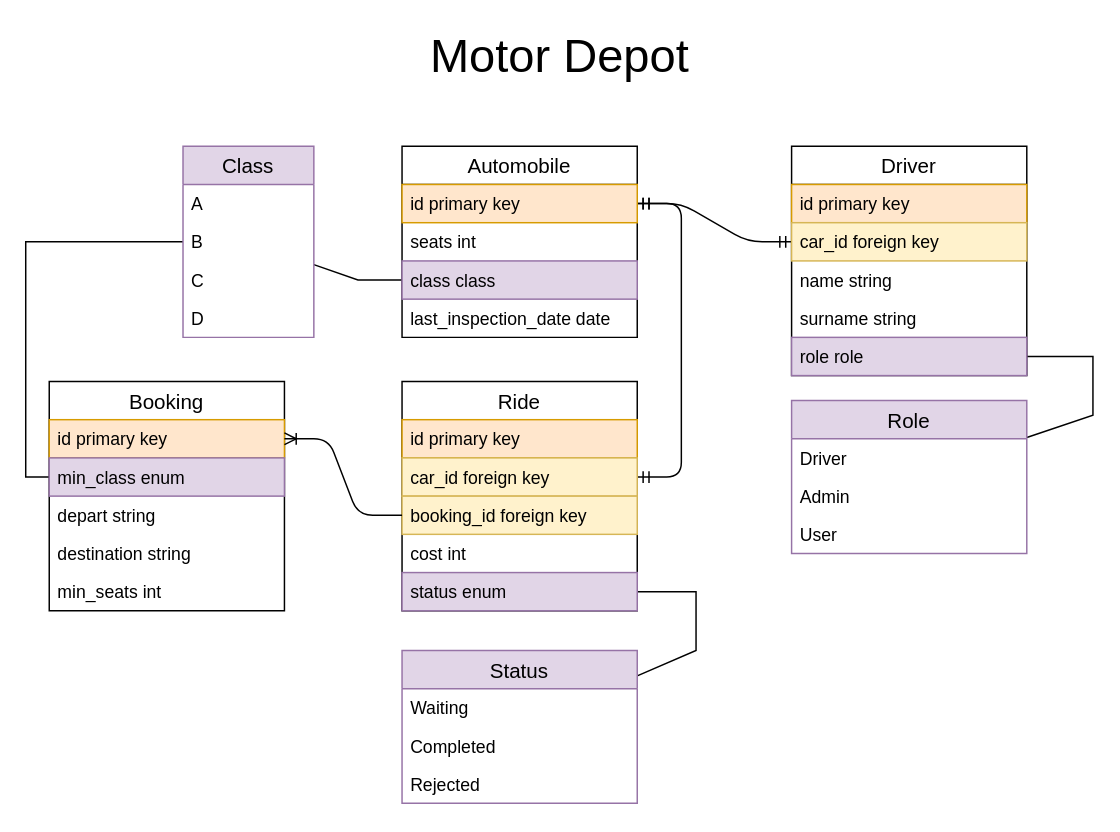
knu-3-tochanenko/OOP keeps this draw.io diagram as Sem 6/Lab 2/src/main/resources/database.drawio. Above is the earlier version. Source tidied: cells renumbered, new cells numbered last; positions are measured from the earlier drawing's top-left corner, leaving out a move shared by most shapes. Both pictures are drawn from the tidied source at 147%, with x=0, y=0 at pixel (25, 25).
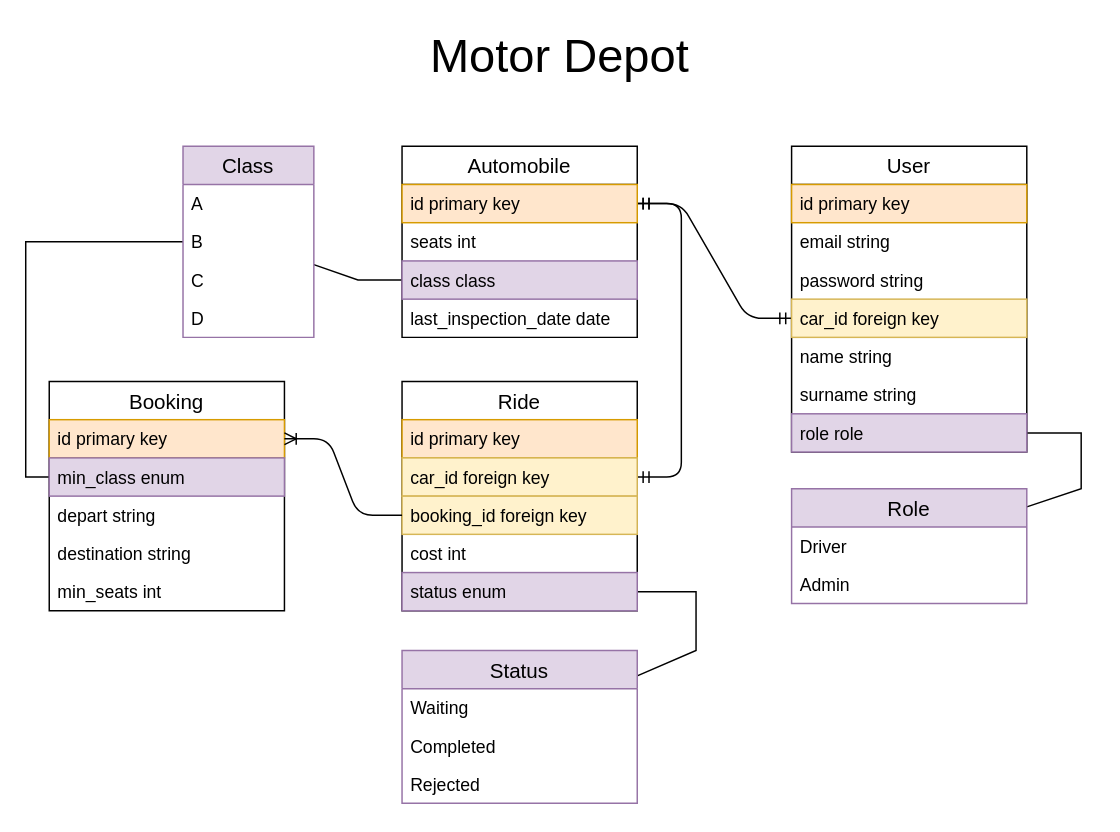
After the change.

What changed in the source:
```diff
@@
     <mxCell id="4" style="endArrow=none;html=1;rounded=0;" parent="1" edge="1" source="32" target="19">
       <mxGeometry relative="1" as="geometry">
         <Array as="points">
-          <mxPoint x="726" y="265" />
-          <mxPoint x="726" y="225" />
+          <mxPoint x="718" y="315" />
+          <mxPoint x="718" y="277" />
         </Array>
       </mxGeometry>
     </mxCell>
@@
-    <mxCell id="14" value="Driver" style="swimlane;fontStyle=0;horizontal=1;startSize=26;align=center;fontSize=14;" parent="1" vertex="1">
-      <mxGeometry x="521" y="82" width="160" height="156" as="geometry" />
+    <mxCell id="14" value="User" style="swimlane;fontStyle=0;horizontal=1;startSize=26;align=center;fontSize=14;" parent="1" vertex="1">
+      <mxGeometry x="521" y="82" width="160" height="208" as="geometry" />
     </mxCell>
@@
+    <mxCell id="46" value="email string" style="text;strokeColor=none;fillColor=none;spacingLeft=4;spacingRight=4;overflow=hidden;fontSize=12;" parent="14" vertex="1">
+      <mxGeometry y="52" width="160" height="26" as="geometry" />
+    </mxCell>
+    <mxCell id="47" value="password string&#10;" style="text;strokeColor=none;fillColor=none;spacingLeft=4;spacingRight=4;overflow=hidden;fontSize=12;" parent="14" vertex="1">
+      <mxGeometry y="78" width="160" height="26" as="geometry" />
+    </mxCell>
     <mxCell id="16" value="car_id foreign key" style="text;strokeColor=#d6b656;fillColor=#fff2cc;spacingLeft=4;spacingRight=4;overflow=hidden;points=[[0,0.5],[1,0.5]];portConstraint=eastwest;fontSize=12;" parent="14" vertex="1">
-      <mxGeometry y="52" width="160" height="26" as="geometry" />
+      <mxGeometry y="104" width="160" height="26" as="geometry" />
     </mxCell>
     <mxCell id="17" value="name string" style="text;strokeColor=none;fillColor=none;spacingLeft=4;spacingRight=4;overflow=hidden;fontSize=12;" parent="14" vertex="1">
-      <mxGeometry y="78" width="160" height="26" as="geometry" />
+      <mxGeometry y="130" width="160" height="26" as="geometry" />
     </mxCell>
     <mxCell id="18" value="surname string" style="text;strokeColor=none;fillColor=none;spacingLeft=4;spacingRight=4;overflow=hidden;fontSize=12;" parent="14" vertex="1">
-      <mxGeometry y="104" width="160" height="26" as="geometry" />
+      <mxGeometry y="156" width="160" height="26" as="geometry" />
     </mxCell>
     <mxCell id="19" value="role role" style="text;strokeColor=#9673a6;fillColor=#e1d5e7;spacingLeft=4;spacingRight=4;overflow=hidden;points=[[0,0.5],[1,0.5]];portConstraint=eastwest;fontSize=12;" parent="14" vertex="1">
-      <mxGeometry y="130" width="160" height="26" as="geometry" />
+      <mxGeometry y="182" width="160" height="26" as="geometry" />
     </mxCell>
@@
-    <mxCell id="32" value="Role" style="swimlane;fontStyle=0;horizontal=1;startSize=26;align=center;fontSize=14;fillColor=#e1d5e7;strokeColor=#9673a6;" parent="1" vertex="1">
-      <mxGeometry x="521" y="255" width="160" height="104" as="geometry" />
-    </mxCell>
-    <mxCell id="33" value="Driver" style="text;strokeColor=none;fillColor=none;spacingLeft=4;spacingRight=4;overflow=hidden;fontSize=12;" parent="32" vertex="1">
-      <mxGeometry y="26" width="160" height="26" as="geometry" />
-    </mxCell>
-    <mxCell id="34" value="Admin" style="text;strokeColor=none;fillColor=none;spacingLeft=4;spacingRight=4;overflow=hidden;fontSize=12;" parent="32" vertex="1">
-      <mxGeometry y="52" width="160" height="26" as="geometry" />
-    </mxCell>
-    <mxCell id="35" value="User&#10;" style="text;strokeColor=none;fillColor=none;spacingLeft=4;spacingRight=4;overflow=hidden;fontSize=12;" parent="32" vertex="1">
-      <mxGeometry y="78" width="160" height="26" as="geometry" />
-    </mxCell>
@@
+    <mxCell id="32" value="Role" style="swimlane;fontStyle=0;horizontal=1;startSize=26;align=center;fontSize=14;fillColor=#e1d5e7;strokeColor=#9673a6;" parent="1" vertex="1">
+      <mxGeometry x="521" y="315" width="160" height="78" as="geometry" />
+    </mxCell>
+    <mxCell id="33" value="Driver" style="text;strokeColor=none;fillColor=none;spacingLeft=4;spacingRight=4;overflow=hidden;fontSize=12;" parent="32" vertex="1">
+      <mxGeometry y="26" width="160" height="26" as="geometry" />
+    </mxCell>
+    <mxCell id="34" value="Admin" style="text;strokeColor=none;fillColor=none;spacingLeft=4;spacingRight=4;overflow=hidden;fontSize=12;" parent="32" vertex="1">
+      <mxGeometry y="52" width="160" height="26" as="geometry" />
+    </mxCell>
```
